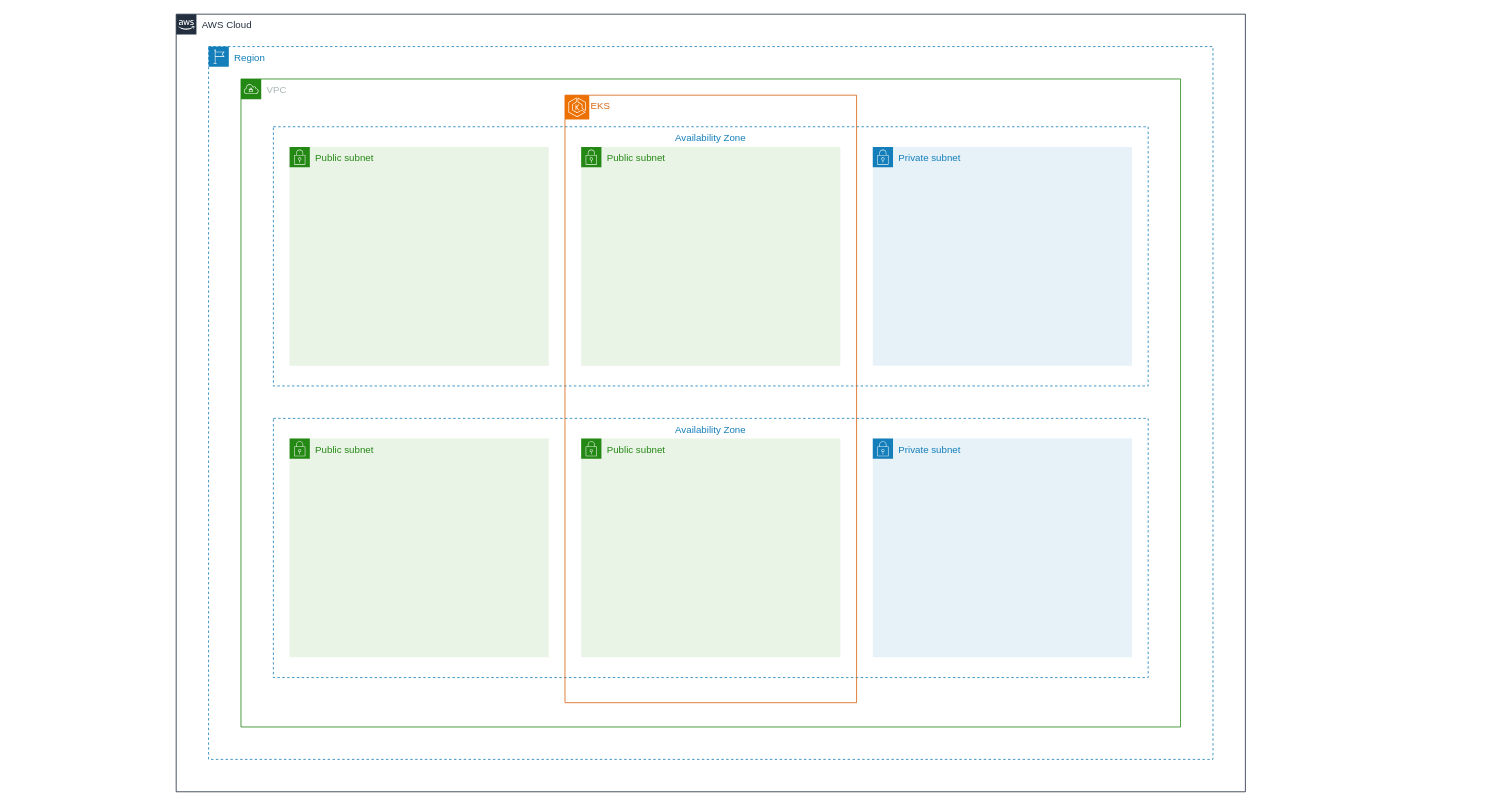
The draw.io diagram docs/architecture/kodiko.drawio in annleefores/kodiko, before the edit. Source tidied: cells renumbered, new cells numbered last; positions are measured from the earlier drawing's top-left corner, leaving out a move shared by most shapes. Both pictures are drawn from the tidied source at 81%, with x=0, y=0 at pixel (176, 14).
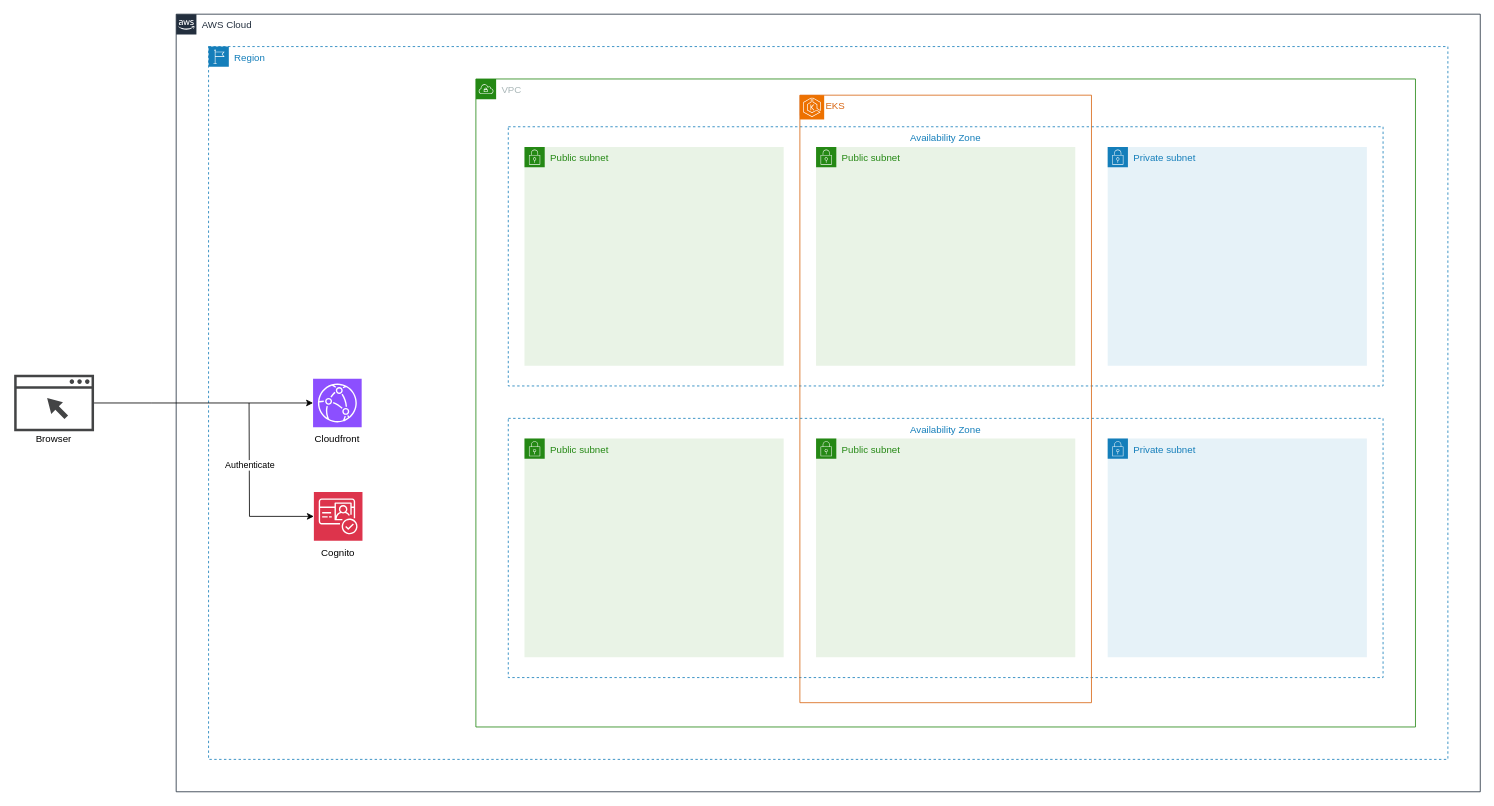
The same page after the edit.

Commit message (it also covers changes not shown here):
add congito to arch diagram

The edit, as a diff of the source:
```diff
@@
     <mxCell id="2" value="AWS Cloud" style="gradientColor=none;html=1;whiteSpace=wrap;fontSize=12;fontStyle=0;shape=mxgraph.aws4.group;grIcon=mxgraph.aws4.group_aws_cloud_alt;strokeColor=#232F3E;fillColor=none;verticalAlign=top;align=left;spacingLeft=30;fontColor=#232F3E;dashed=0;" parent="1" vertex="1">
-      <mxGeometry width="1320" height="960" as="geometry" />
+      <mxGeometry width="1610" height="960" as="geometry" />
     </mxCell>
     <mxCell id="3" value="Region" style="gradientColor=none;html=1;whiteSpace=wrap;fontSize=12;fontStyle=0;shape=mxgraph.aws4.group;grIcon=mxgraph.aws4.group_region;strokeColor=#147EBA;fillColor=none;verticalAlign=top;align=left;spacingLeft=30;fontColor=#147EBA;dashed=1;" parent="2" vertex="1">
-      <mxGeometry x="40" y="40" width="1240" height="880" as="geometry" />
+      <mxGeometry x="40" y="40" width="1530" height="880" as="geometry" />
     </mxCell>
     <mxCell id="4" value="VPC" style="gradientColor=none;html=1;whiteSpace=wrap;fontSize=12;fontStyle=0;shape=mxgraph.aws4.group;grIcon=mxgraph.aws4.group_vpc;strokeColor=#248814;fillColor=none;verticalAlign=top;align=left;spacingLeft=30;fontColor=#AAB7B8;dashed=0;" parent="3" vertex="1">
-      <mxGeometry x="40" y="40" width="1160" height="800" as="geometry" />
+      <mxGeometry x="330" y="40" width="1160" height="800" as="geometry" />
     </mxCell>
@@
+    <mxCell id="15" style="edgeStyle=orthogonalEdgeStyle;rounded=0;jettySize=auto;html=1;exitX=0;exitY=0.5;exitDx=0;exitDy=0;exitPerimeter=0;startArrow=classic;startFill=1;endArrow=none;endFill=0;" parent="3" edge="1" source="21">
+      <mxGeometry relative="1" as="geometry">
+        <mxPoint x="50" y="440" as="targetPoint" />
+      </mxGeometry>
+    </mxCell>
+    <mxCell id="16" value="Authenticate" style="edgeLabel;html=1;align=center;verticalAlign=middle;" parent="15" vertex="1">
+      <mxGeometry x="0.21" relative="1" as="geometry">
+        <mxPoint y="-10" as="offset" />
+      </mxGeometry>
+    </mxCell>
+    <mxCell id="17" style="group;" parent="3" vertex="1">
+      <mxGeometry x="129" y="410" width="60" height="90" as="geometry" />
+    </mxCell>
+    <mxCell id="18" style="sketch=0;points=[[0,0,0],[0.25,0,0],[0.5,0,0],[0.75,0,0],[1,0,0],[0,1,0],[0.25,1,0],[0.5,1,0],[0.75,1,0],[1,1,0],[0,0.25,0],[0,0.5,0],[0,0.75,0],[1,0.25,0],[1,0.5,0],[1,0.75,0]];outlineConnect=0;fontColor=#232F3E;fillColor=#8C4FFF;strokeColor=#ffffff;dashed=0;verticalLabelPosition=bottom;verticalAlign=top;align=center;html=1;fontSize=12;fontStyle=0;shape=mxgraph.aws4.resourceIcon;resIcon=mxgraph.aws4.cloudfront;" parent="17" vertex="1">
+      <mxGeometry width="60" height="60" as="geometry" />
+    </mxCell>
+    <mxCell id="19" value="Cloudfront" style="text;html=1;strokeColor=none;fillColor=none;align=center;verticalAlign=middle;whiteSpace=wrap;rounded=0;" parent="17" vertex="1">
+      <mxGeometry y="60" width="60" height="30" as="geometry" />
+    </mxCell>
+    <mxCell id="20" style="group;" parent="3" vertex="1">
+      <mxGeometry x="130" y="550" width="60" height="90" as="geometry" />
+    </mxCell>
+    <mxCell id="21" style="sketch=0;points=[[0,0,0],[0.25,0,0],[0.5,0,0],[0.75,0,0],[1,0,0],[0,1,0],[0.25,1,0],[0.5,1,0],[0.75,1,0],[1,1,0],[0,0.25,0],[0,0.5,0],[0,0.75,0],[1,0.25,0],[1,0.5,0],[1,0.75,0]];outlineConnect=0;fontColor=#232F3E;fillColor=#DD344C;strokeColor=#ffffff;dashed=0;verticalLabelPosition=bottom;verticalAlign=top;align=center;html=1;fontSize=12;fontStyle=0;shape=mxgraph.aws4.resourceIcon;resIcon=mxgraph.aws4.cognito;" parent="20" vertex="1">
+      <mxGeometry width="60" height="60" as="geometry" />
+    </mxCell>
+    <mxCell id="22" value="Cognito" style="text;html=1;strokeColor=none;fillColor=none;align=center;verticalAlign=middle;whiteSpace=wrap;rounded=0;" parent="20" vertex="1">
+      <mxGeometry y="60" width="60" height="30" as="geometry" />
+    </mxCell>
+    <mxCell id="23" style="edgeStyle=orthogonalEdgeStyle;rounded=0;jettySize=auto;html=1;" parent="1" edge="1" source="24" target="18">
+      <mxGeometry relative="1" as="geometry">
+        <Array as="points">
+          <mxPoint x="-30" y="480" />
+          <mxPoint x="-30" y="480" />
+        </Array>
+      </mxGeometry>
+    </mxCell>
+    <mxCell id="24" style="sketch=0;shadow=0;dashed=0;html=1;strokeColor=none;fillColor=#434445;labelPosition=center;verticalLabelPosition=bottom;verticalAlign=top;align=center;outlineConnect=0;shape=mxgraph.vvd.web_browser;" parent="1" vertex="1">
+      <mxGeometry x="-200" y="445" width="98.6" height="70" as="geometry" />
+    </mxCell>
+    <mxCell id="25" value="Browser" style="text;html=1;strokeColor=none;fillColor=none;align=center;verticalAlign=middle;whiteSpace=wrap;rounded=0;" parent="1" vertex="1">
+      <mxGeometry x="-180.7" y="510" width="60" height="30" as="geometry" />
+    </mxCell>
```
